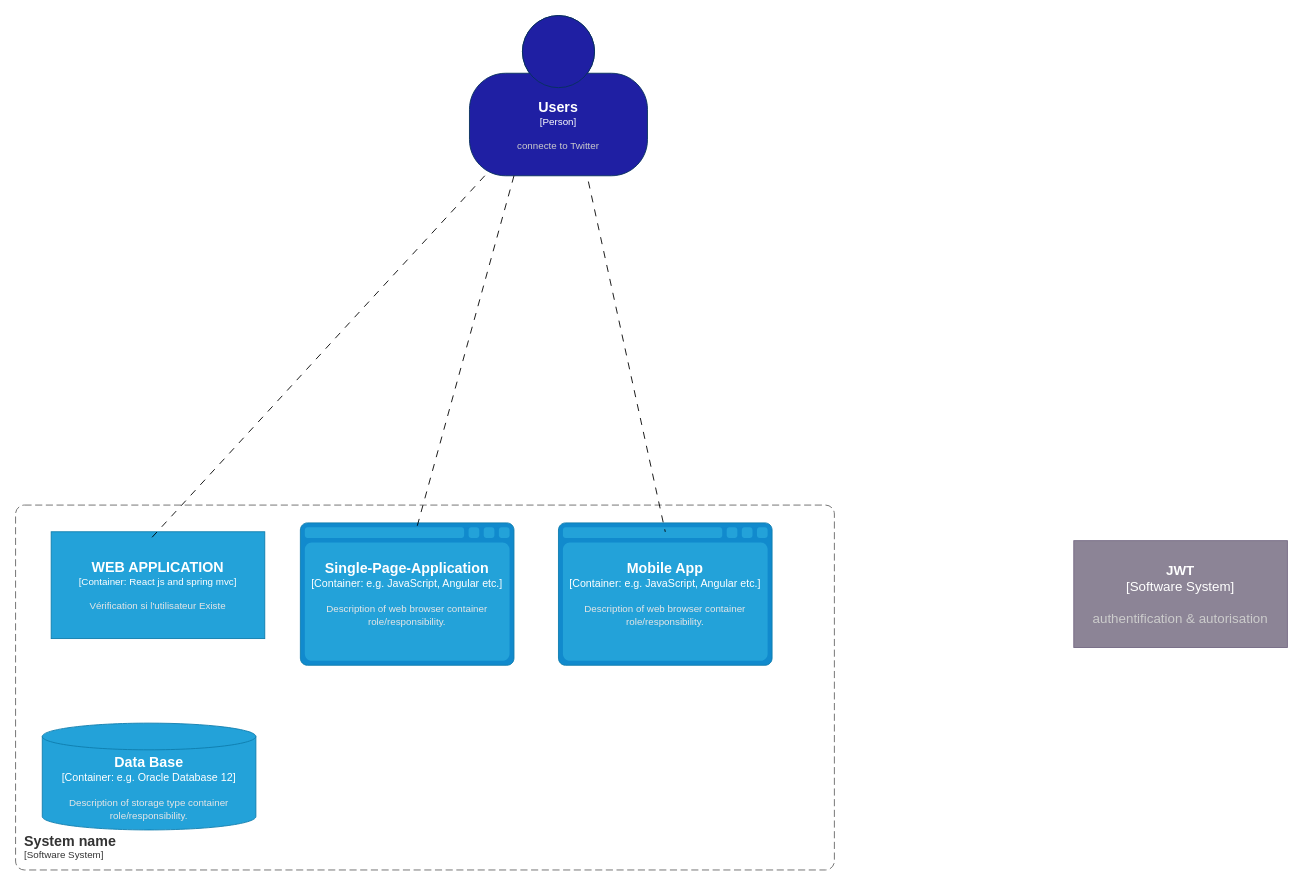
Above: page "container" (2 of 4) of Diagramme sans nom.drawio in SALVA243/AP-TWITTER (draw.io), before the change. Source tidied: cells renumbered, new cells numbered last; positions are measured from the earlier drawing's top-left corner, leaving out a move shared by most shapes. Both pictures are drawn from the tidied source at 89%, with x=0, y=0 at pixel (15, 15).
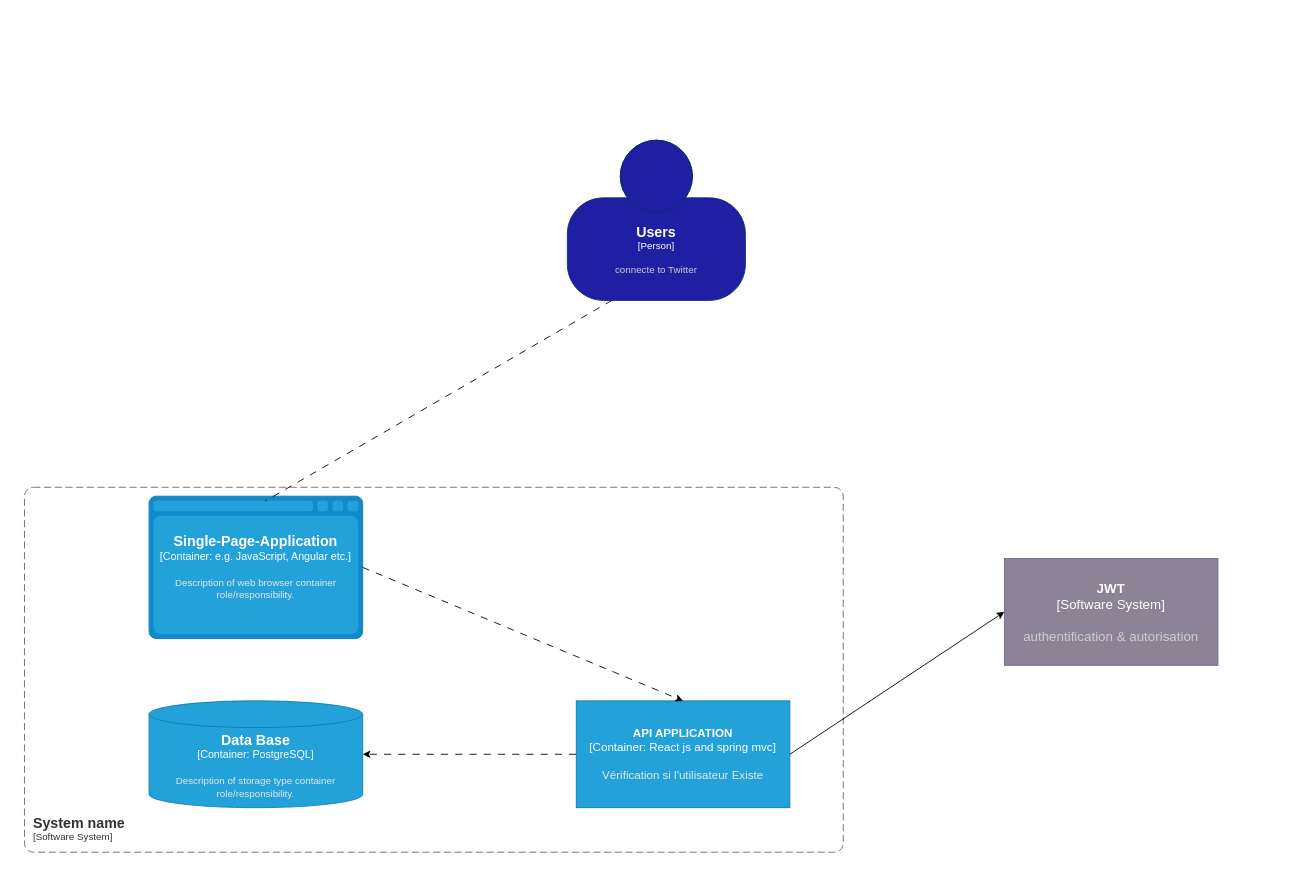
The same page after the edit.

Commit message:
7e sauvegarde  fevr 2 13:00

Change to the diagram source:
```diff
@@
 <mxGraphModel>
   <root>
     <mxCell id="0" />
     <mxCell id="1" parent="0" />
     <object id="2" label="&lt;font style=&quot;font-size: 16px&quot;&gt;&lt;b&gt;%c4Name%&lt;/b&gt;&lt;/font&gt;&lt;div&gt;[%c4Type%]&lt;/div&gt;&lt;br&gt;&lt;div&gt;&lt;font style=&quot;font-size: 11px&quot;&gt;&lt;font color=&quot;#cccccc&quot;&gt;%c4Description%&lt;/font&gt;&lt;/div&gt;" c4Description="connecte to Twitter" c4Name="Users" c4Type="Person" placeholders="1">
       <mxCell style="html=1;fontSize=11;dashed=0;whiteSpace=wrap;fillColor=#1f1fa3;strokeColor=#06315C;fontColor=#ffffff;shape=mxgraph.c4.person2;align=center;points=[[0.5,0,0],[1,0.5,0],[1,0.75,0],[0.75,1,0],[0.5,1,0],[0.25,1,0],[0,0.75,0],[0,0.5,0]];" parent="1" vertex="1">
-        <mxGeometry x="510" width="200" height="180" as="geometry" />
+        <mxGeometry x="620" y="140" width="200" height="180" as="geometry" />
       </mxCell>
     </object>
     <object id="3" label="&lt;font style=&quot;font-size: 15px;&quot;&gt;&lt;b style=&quot;font-size: 15px;&quot;&gt;%c4Name%&lt;/b&gt;&lt;/font&gt;&lt;div style=&quot;font-size: 15px;&quot;&gt;[%c4Type%]&lt;/div&gt;&lt;br style=&quot;font-size: 15px;&quot;&gt;&lt;div style=&quot;font-size: 15px;&quot;&gt;&lt;font style=&quot;font-size: 15px;&quot;&gt;&lt;font color=&quot;#cccccc&quot; style=&quot;font-size: 15px;&quot;&gt;%c4Description%&lt;/font&gt;&lt;/font&gt;&lt;/div&gt;" c4Description="authentification &amp; autorisation" c4Name="JWT" c4Type="Software System" placeholders="1">
       <mxCell style="rounded=1;whiteSpace=wrap;html=1;labelBackgroundColor=none;fillColor=#8C8496;fontColor=#ffffff;align=center;arcSize=0;strokeColor=#736782;points=[[0.25,0,0],[0.5,0,0],[0.75,0,0],[1,0.25,0],[1,0.5,0],[1,0.75,0],[0.75,1,0],[0.5,1,0],[0.25,1,0],[0,0.75,0],[0,0.5,0],[0,0.25,0]];fontSize=15;" parent="1" vertex="1">
-        <mxGeometry x="1189" y="590" width="240" height="120" as="geometry" />
+        <mxGeometry x="1111" y="610" width="240" height="120" as="geometry" />
       </mxCell>
     </object>
     <object id="4" label="&lt;font style=&quot;font-size: 16px&quot;&gt;&lt;b&gt;&lt;div style=&quot;text-align: left&quot;&gt;%c4Name%&lt;/div&gt;&lt;/b&gt;&lt;/font&gt;&lt;div style=&quot;text-align: left&quot;&gt;[%c4Application%]&lt;/div&gt;" c4Application="Software System" c4Name="System name" placeholders="1">
       <mxCell style="rounded=1;fontSize=11;whiteSpace=wrap;html=1;dashed=1;arcSize=20;fillColor=none;strokeColor=#666666;fontColor=#333333;labelBackgroundColor=none;align=left;verticalAlign=bottom;labelBorderColor=none;spacingTop=0;spacing=10;dashPattern=8 4;perimeter=rectanglePerimeter;noLabel=0;labelPadding=0;absoluteArcSize=1;" parent="1" vertex="1">
-        <mxGeometry y="550" width="920" height="410" as="geometry" />
+        <mxGeometry x="10" y="530" width="920" height="410" as="geometry" />
       </mxCell>
     </object>
-    <object id="5" label="&lt;font style=&quot;font-size: 16px&quot;&gt;&lt;b&gt;%c4Name%&lt;/b&gt;&lt;/font&gt;&lt;div&gt;[%c4Type%: %c4Technology%]&lt;/div&gt;&lt;br&gt;&lt;div&gt;&lt;font style=&quot;font-size: 11px&quot;&gt;&lt;font color=&quot;#E6E6E6&quot;&gt;%c4Description%&lt;/font&gt;&lt;/div&gt;" c4Description="Vérification si l'utilisateur Existe" c4Name="WEB APPLICATION" c4Technology="React js and spring mvc" c4Type="Container" placeholders="1">
-      <mxCell style="rounded=1;whiteSpace=wrap;html=1;fontSize=11;labelBackgroundColor=none;fillColor=#23A2D9;fontColor=#ffffff;align=center;arcSize=0;strokeColor=#0E7DAD;points=[[0.25,0,0],[0.5,0,0],[0.75,0,0],[1,0.25,0],[1,0.5,0],[1,0.75,0],[0.75,1,0],[0.5,1,0],[0.25,1,0],[0,0.75,0],[0,0.5,0],[0,0.25,0]];" parent="1" vertex="1">
-        <mxGeometry x="40" y="580" width="240" height="120" as="geometry" />
+    <object id="5" label="&lt;font style=&quot;font-size: 13px;&quot;&gt;&lt;b style=&quot;font-size: 13px;&quot;&gt;%c4Name%&lt;/b&gt;&lt;/font&gt;&lt;div style=&quot;font-size: 13px;&quot;&gt;[%c4Type%: %c4Technology%]&lt;/div&gt;&lt;br style=&quot;font-size: 13px;&quot;&gt;&lt;div style=&quot;font-size: 13px;&quot;&gt;&lt;font style=&quot;font-size: 13px;&quot;&gt;&lt;font color=&quot;#E6E6E6&quot; style=&quot;font-size: 13px;&quot;&gt;%c4Description%&lt;/font&gt;&lt;/font&gt;&lt;/div&gt;" c4Description="Vérification si l'utilisateur Existe" c4Name="API APPLICATION" c4Technology="React js and spring mvc" c4Type="Container" placeholders="1">
+      <mxCell style="rounded=1;whiteSpace=wrap;html=1;fontSize=13;labelBackgroundColor=none;fillColor=#23A2D9;fontColor=#ffffff;align=center;arcSize=0;strokeColor=#0E7DAD;points=[[0.25,0,0],[0.5,0,0],[0.75,0,0],[1,0.25,0],[1,0.5,0],[1,0.75,0],[0.75,1,0],[0.5,1,0],[0.25,1,0],[0,0.75,0],[0,0.5,0],[0,0.25,0]];" parent="1" vertex="1">
+        <mxGeometry x="630" y="770" width="240" height="120" as="geometry" />
       </mxCell>
     </object>
     <object id="6" label="&lt;font style=&quot;font-size: 16px&quot;&gt;&lt;b&gt;%c4Type%&lt;/b&gt;&lt;/font&gt;&lt;div&gt;[%c4Container%:&amp;nbsp;%c4Technology%]&lt;/div&gt;&lt;br&gt;&lt;div&gt;&lt;font style=&quot;font-size: 11px&quot;&gt;&lt;font color=&quot;#E6E6E6&quot;&gt;%c4Description%&lt;/font&gt;&lt;/div&gt;" c4Container="Container" c4Description="Description of web browser container role/responsibility." c4Technology="e.g. JavaScript, Angular etc." c4Type="Single-Page-Application" placeholders="1">
       <mxCell style="shape=mxgraph.c4.webBrowserContainer2;whiteSpace=wrap;html=1;boundedLbl=1;rounded=0;labelBackgroundColor=none;strokeColor=#118ACD;fillColor=#23A2D9;strokeColor=#118ACD;strokeColor2=#0E7DAD;fontSize=12;fontColor=#ffffff;align=center;points=[[0.5,0,0],[1,0.25,0],[1,0.5,0],[1,0.75,0],[0.5,1,0],[0,0.75,0],[0,0.5,0],[0,0.25,0]];" parent="1" vertex="1">
-        <mxGeometry x="320" y="570" width="240" height="160" as="geometry" />
+        <mxGeometry x="150" y="540" width="240" height="160" as="geometry" />
       </mxCell>
     </object>
-    <object id="7" label="&lt;font style=&quot;font-size: 16px&quot;&gt;&lt;b&gt;%c4Type%&lt;/b&gt;&lt;/font&gt;&lt;div&gt;[%c4Container%:&amp;nbsp;%c4Technology%]&lt;/div&gt;&lt;br&gt;&lt;div&gt;&lt;font style=&quot;font-size: 11px&quot;&gt;&lt;font color=&quot;#E6E6E6&quot;&gt;%c4Description%&lt;/font&gt;&lt;/div&gt;" c4Container="Container" c4Description="Description of storage type container role/responsibility." c4Technology="e.g. Oracle Database 12" c4Type="Data Base" placeholders="1">
+    <object id="7" label="&lt;font style=&quot;font-size: 16px&quot;&gt;&lt;b&gt;%c4Type%&lt;/b&gt;&lt;/font&gt;&lt;div&gt;[%c4Container%:&amp;nbsp;%c4Technology%]&lt;/div&gt;&lt;br&gt;&lt;div&gt;&lt;font style=&quot;font-size: 11px&quot;&gt;&lt;font color=&quot;#E6E6E6&quot;&gt;%c4Description%&lt;/font&gt;&lt;/div&gt;" c4Container="Container" c4Description="Description of storage type container role/responsibility." c4Technology="PostgreSQL" c4Type="Data Base" placeholders="1">
       <mxCell style="shape=cylinder3;size=15;whiteSpace=wrap;html=1;boundedLbl=1;rounded=0;labelBackgroundColor=none;fillColor=#23A2D9;fontSize=12;fontColor=#ffffff;align=center;strokeColor=#0E7DAD;" parent="1" vertex="1">
-        <mxGeometry x="30" y="795" width="240" height="120" as="geometry" />
+        <mxGeometry x="150" y="770" width="240" height="120" as="geometry" />
       </mxCell>
     </object>
-    <object id="8" label="&lt;font style=&quot;font-size: 16px&quot;&gt;&lt;b&gt;%c4Type%&lt;/b&gt;&lt;/font&gt;&lt;div&gt;[%c4Container%:&amp;nbsp;%c4Technology%]&lt;/div&gt;&lt;br&gt;&lt;div&gt;&lt;font style=&quot;font-size: 11px&quot;&gt;&lt;font color=&quot;#E6E6E6&quot;&gt;%c4Description%&lt;/font&gt;&lt;/div&gt;" c4Container="Container" c4Description="Description of web browser container role/responsibility." c4Technology="e.g. JavaScript, Angular etc." c4Type="Mobile App" placeholders="1">
-      <mxCell style="shape=mxgraph.c4.webBrowserContainer2;whiteSpace=wrap;html=1;boundedLbl=1;rounded=0;labelBackgroundColor=none;strokeColor=#118ACD;fillColor=#23A2D9;strokeColor=#118ACD;strokeColor2=#0E7DAD;fontSize=12;fontColor=#ffffff;align=center;points=[[0.5,0,0],[1,0.25,0],[1,0.5,0],[1,0.75,0],[0.5,1,0],[0,0.75,0],[0,0.5,0],[0,0.25,0]];" parent="1" vertex="1">
-        <mxGeometry x="610" y="570" width="240" height="160" as="geometry" />
-      </mxCell>
-    </object>
-    <mxCell id="9" style="endArrow=none;html=1;rounded=0;entryX=0.458;entryY=0.083;entryDx=0;entryDy=0;entryPerimeter=0;endFill=0;dashed=1;dashPattern=8 8;" parent="1" edge="1" source="2" target="5">
-      <mxGeometry relative="1" as="geometry" />
-    </mxCell>
     <mxCell id="10" style="endArrow=none;html=1;rounded=0;exitX=0.25;exitY=1;exitDx=0;exitDy=0;exitPerimeter=0;entryX=0.545;entryY=0.033;entryDx=0;entryDy=0;entryPerimeter=0;endFill=0;dashed=1;dashPattern=8 8;" parent="1" edge="1" source="2" target="6">
       <mxGeometry relative="1" as="geometry" />
     </mxCell>
-    <mxCell id="11" style="endArrow=none;html=1;rounded=0;exitX=0.668;exitY=1.036;exitDx=0;exitDy=0;exitPerimeter=0;entryX=0.5;entryY=0.063;entryDx=0;entryDy=0;entryPerimeter=0;endFill=0;dashed=1;dashPattern=8 8;" parent="1" edge="1" source="2" target="8">
-      <mxGeometry relative="1" as="geometry" />
-    </mxCell>
+    <mxCell id="12" style="endArrow=classic;html=1;rounded=0;entryX=0.5;entryY=0;entryDx=0;entryDy=0;entryPerimeter=0;exitX=1;exitY=0.5;exitDx=0;exitDy=0;exitPerimeter=0;dashed=1;dashPattern=8 8;" parent="1" edge="1" source="6" target="5">
+      <mxGeometry relative="1" as="geometry" />
+    </mxCell>
+    <mxCell id="13" style="endArrow=classic;html=1;rounded=0;exitX=0;exitY=0.5;exitDx=0;exitDy=0;exitPerimeter=0;dashed=1;dashPattern=8 8;" parent="1" edge="1" source="5">
+      <mxGeometry relative="1" as="geometry">
+        <mxPoint x="390" y="830" as="targetPoint" />
+      </mxGeometry>
+    </mxCell>
+    <mxCell id="14" style="endArrow=classic;html=1;rounded=0;entryX=0;entryY=0.5;entryDx=0;entryDy=0;entryPerimeter=0;exitX=1;exitY=0.5;exitDx=0;exitDy=0;exitPerimeter=0;" parent="1" edge="1" source="5" target="3">
+      <mxGeometry relative="1" as="geometry" />
+    </mxCell>
   </root>
 </mxGraphModel>
```
